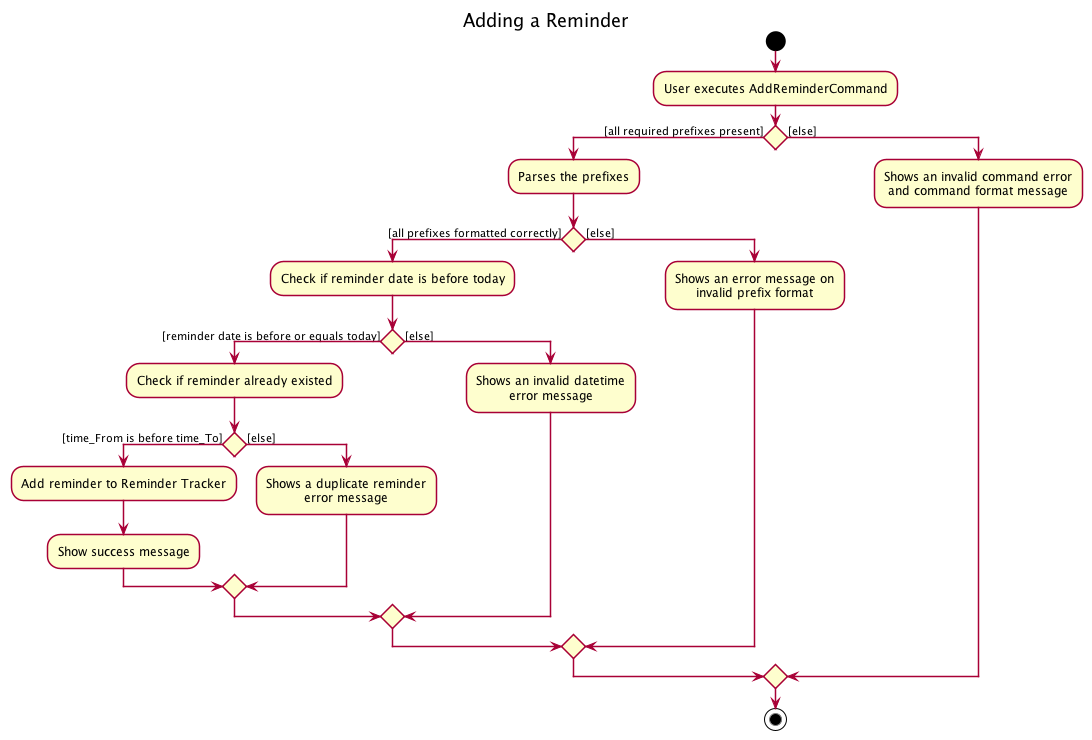
Above: docs/images/reminder/ReminderActivityDiagram.png in nus-cs2103-AY2021S2/tp (PlantUML), before the change. Its diagram source:
```plantuml
@startuml
!include ../style.puml
title Adding a Reminder

start
:User executes AddReminderCommand;

if () then ([all required prefixes present])
      :Parses the prefixes;

      if () then ([all prefixes formatted correctly])
      :Check if reminder date is before today;

          if () then ([reminder date is before or equals today])
          :Check if reminder already existed;

              if () then ([time_From is before time_To])
              :Add reminder to Reminder Tracker;
              :Show success message;

              else ([else])

              :Shows a duplicate reminder
              error message;

              endif

          else ([else])
          :Shows an invalid datetime
          error message;

      endif

      else ([else])

      :Shows an error message on
      invalid prefix format;

      endif

else ([else])
    :Shows an invalid command error
    and command format message;

endif

stop

@enduml
```
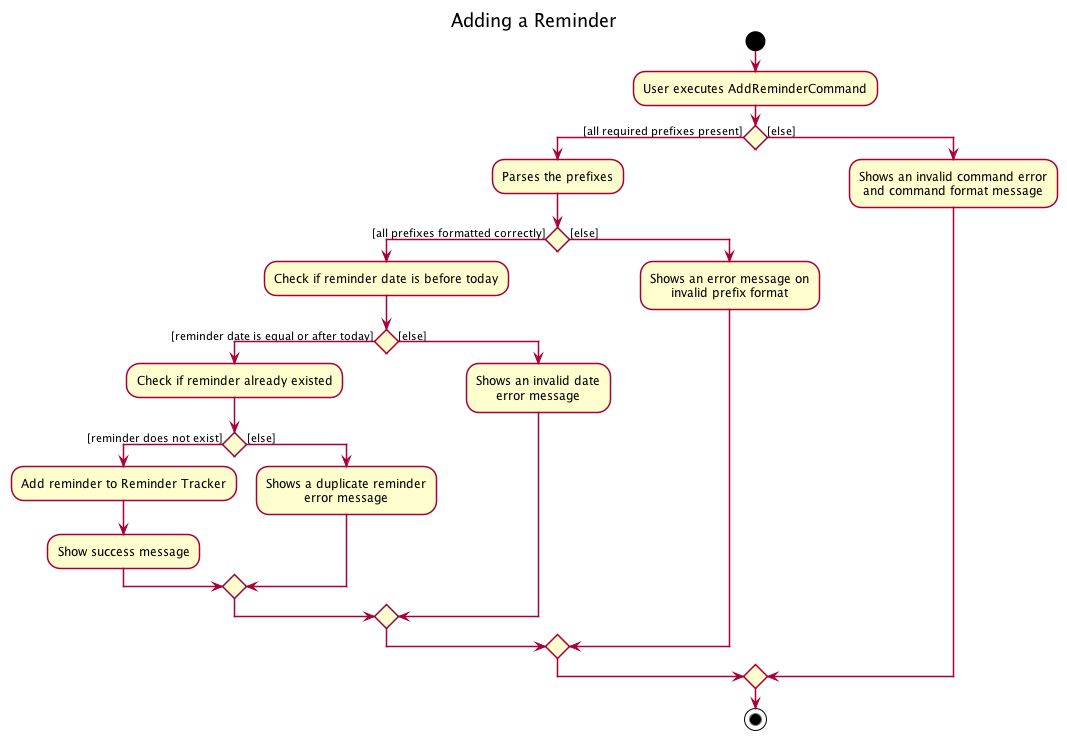
The same diagram one commit later.

Change to the diagram source:
```diff
@@ -11,10 +11,10 @@
       if () then ([all prefixes formatted correctly])
       :Check if reminder date is before today;
 
-          if () then ([reminder date is before or equals today])
+          if () then ([reminder date is equal or after today])
           :Check if reminder already existed;
 
-              if () then ([time_From is before time_To])
+              if () then ([reminder does not exist])
               :Add reminder to Reminder Tracker;
               :Show success message;
 
@@ -26,7 +26,7 @@
               endif
 
           else ([else])
-          :Shows an invalid datetime
+          :Shows an invalid date
           error message;
 
       endif
```
